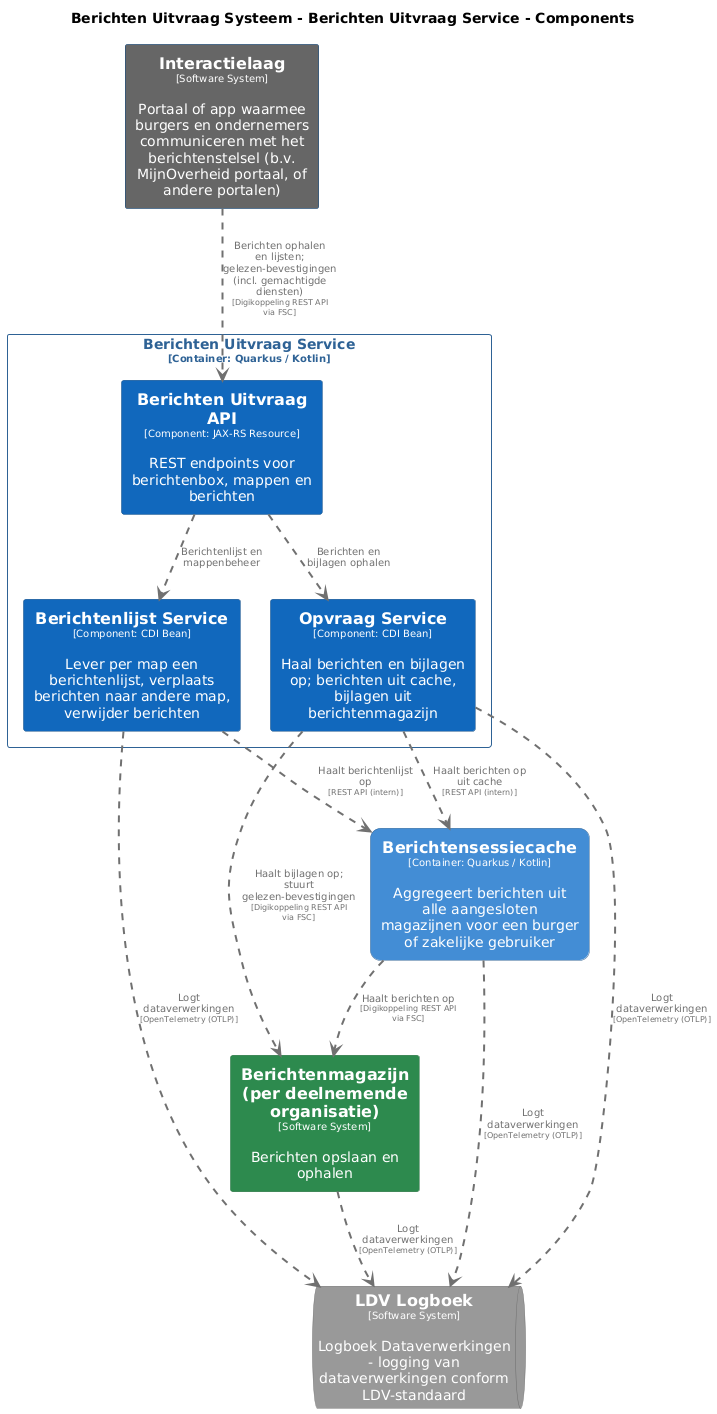
Earlier version of the PlantUML export pr-preview/pr-22/master/png/BerichtenUitvraagServiceComponenten.png (MinBZK/moza-poc-fbs-berichtenbox).
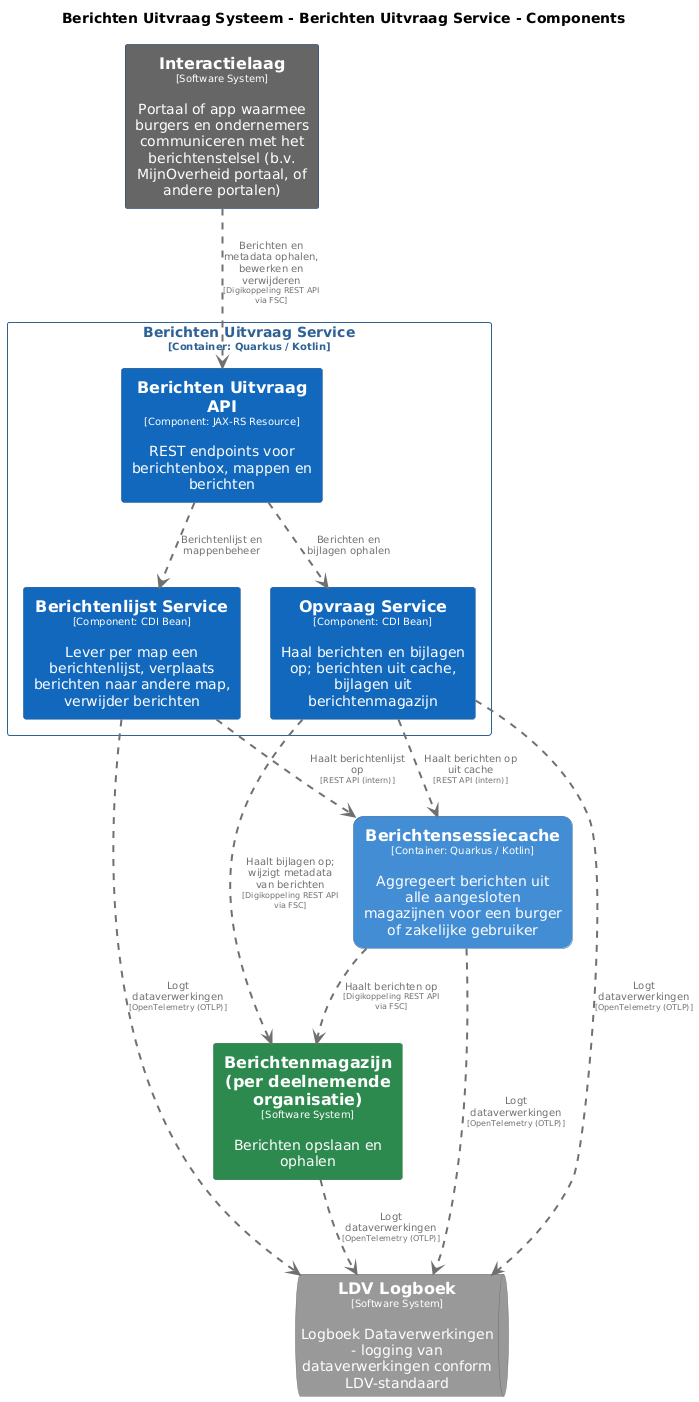
Above is the later version.

Diff of the diagram source:
```diff
@@ -83,7 +83,7 @@
 BerichtenUitvraagSysteem.BerichtenUitvraagService.BerichtenUitvraagAPI .[#707070,thickness=2].> BerichtenUitvraagSysteem.BerichtenUitvraagService.OpvraagService : "<color:#707070>Berichten en bijlagen ophalen"
 BerichtenUitvraagSysteem.BerichtenUitvraagService.OpvraagService .[#707070,thickness=2].> BerichtenUitvraagSysteem.Berichtensessiecache : "<color:#707070>Haalt berichten op uit cache\n<color:#707070><size:8>[REST API (intern)]</size>"
 BerichtenUitvraagSysteem.BerichtenUitvraagService.BerichtenlijstService .[#707070,thickness=2].> BerichtenUitvraagSysteem.Berichtensessiecache : "<color:#707070>Haalt berichtenlijst op\n<color:#707070><size:8>[REST API (intern)]</size>"
-Interactielaag .[#707070,thickness=2].> BerichtenUitvraagSysteem.BerichtenUitvraagService.BerichtenUitvraagAPI : "<color:#707070>Berichten ophalen en lijsten; gelezen-bevestigingen (incl. gemachtigde diensten)\n<color:#707070><size:8>[Digikoppeling REST API via FSC]</size>"
-BerichtenUitvraagSysteem.BerichtenUitvraagService.OpvraagService .[#707070,thickness=2].> Berichtenmagazijnperdeelnemendeorganisatie : "<color:#707070>Haalt bijlagen op; stuurt gelezen-bevestigingen\n<color:#707070><size:8>[Digikoppeling REST API via FSC]</size>"
+Interactielaag .[#707070,thickness=2].> BerichtenUitvraagSysteem.BerichtenUitvraagService.BerichtenUitvraagAPI : "<color:#707070>Berichten en metadata ophalen, bewerken en verwijderen\n<color:#707070><size:8>[Digikoppeling REST API via FSC]</size>"
+BerichtenUitvraagSysteem.BerichtenUitvraagService.OpvraagService .[#707070,thickness=2].> Berichtenmagazijnperdeelnemendeorganisatie : "<color:#707070>Haalt bijlagen op; wijzigt metadata van berichten\n<color:#707070><size:8>[Digikoppeling REST API via FSC]</size>"
 BerichtenUitvraagSysteem.Berichtensessiecache .[#707070,thickness=2].> Berichtenmagazijnperdeelnemendeorganisatie : "<color:#707070>Haalt berichten op\n<color:#707070><size:8>[Digikoppeling REST API via FSC]</size>"
 @enduml
```
